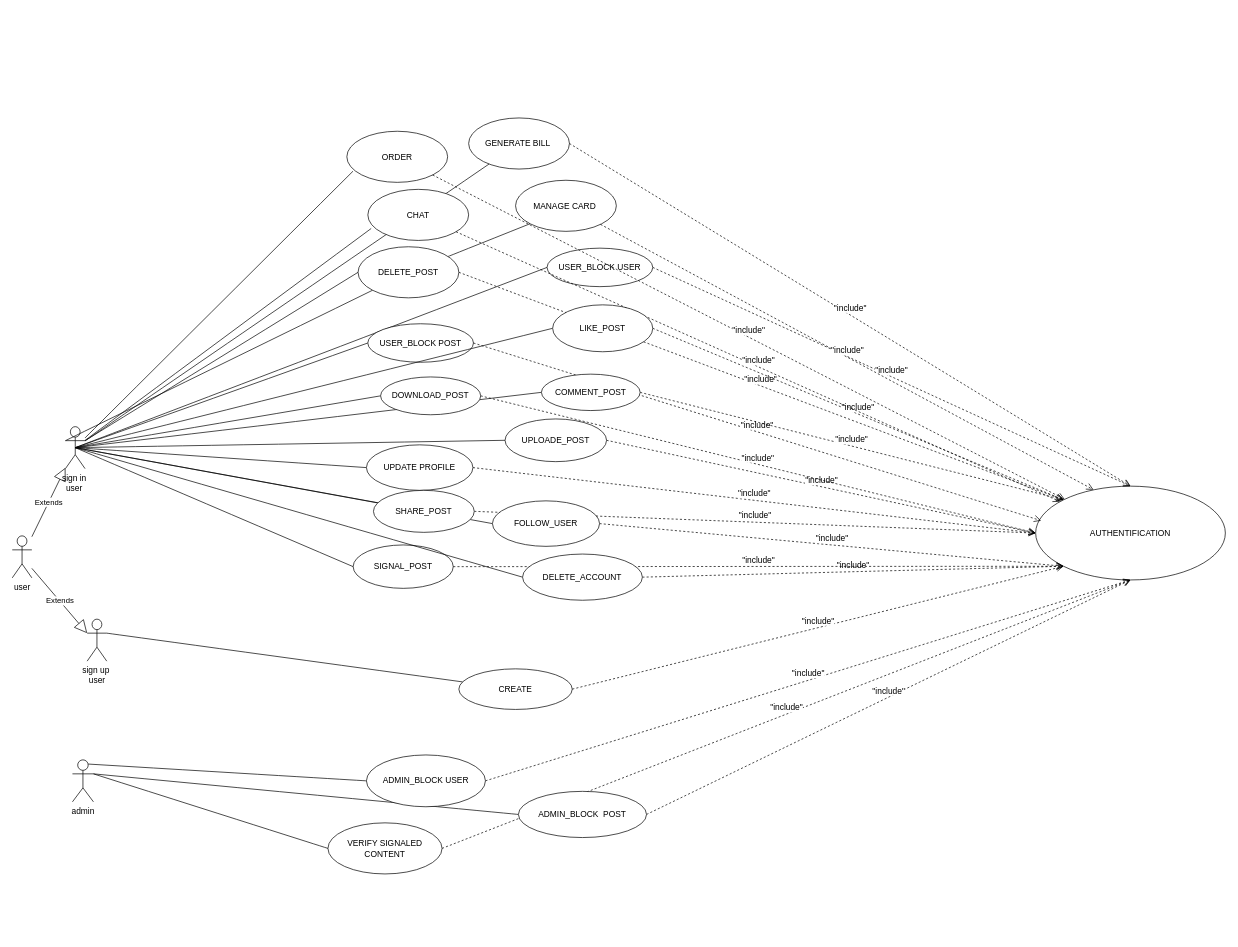
Above: page "use case" (4 of 4) of TIkShopDataBase.drawio in Bryann-coder/FlashShop (draw.io), before the change. Source tidied: cells renumbered, new cells numbered last; positions are measured from the earlier drawing's top-left corner, leaving out a move shared by most shapes. Both pictures are drawn from the tidied source at 70%, with x=0, y=0 at pixel (12, 118).
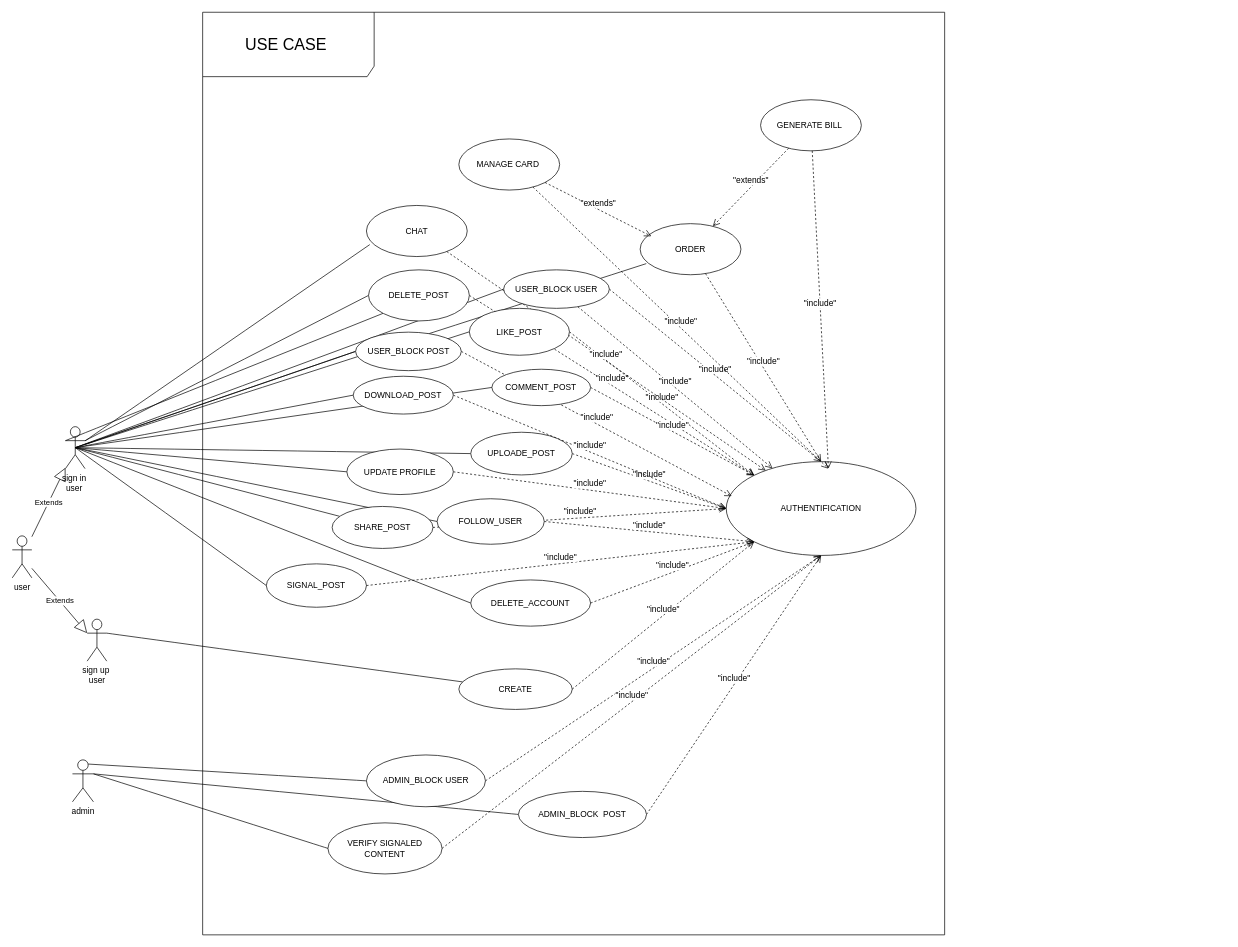
The same page after the edit.

Unchanged cells that the change refers to:
```xml
<mxCell id="16" value="sign in&amp;nbsp;&lt;div&gt;user&amp;nbsp;&lt;/div&gt;" style="shape=umlActor;verticalLabelPosition=bottom;verticalAlign=top;html=1;outlineConnect=0;" parent="1" vertex="1">
  <mxGeometry x="76" y="441" width="28" height="60" as="geometry" />
</mxCell>
```

Change to the diagram source:
```diff
@@
     <mxCell id="6" value="AUTHENTIFICATION" style="ellipse;whiteSpace=wrap;html=1;" parent="1" vertex="1">
-      <mxGeometry x="1462" y="526" width="271" height="134" as="geometry" />
+      <mxGeometry x="1020" y="491" width="271" height="134" as="geometry" />
     </mxCell>
     <mxCell id="7" value="SIGNAL_POST" style="ellipse;whiteSpace=wrap;html=1;" parent="1" vertex="1">
-      <mxGeometry x="487" y="610" width="143" height="62" as="geometry" />
+      <mxGeometry x="363" y="637" width="143" height="62" as="geometry" />
     </mxCell>
@@
-    <mxCell id="13" value="USER_BLOCK POST" style="ellipse;whiteSpace=wrap;html=1;" parent="1" vertex="1">
-      <mxGeometry x="507.9" y="294" width="151" height="55" as="geometry" />
-    </mxCell>
@@
-    <mxCell id="21" style="endArrow=none;html=1;rounded=0;fontSize=12;startSize=8;endSize=8;curved=1;entryX=0;entryY=0.5;entryDx=0;entryDy=0;exitX=0.5;exitY=0.5;exitDx=0;exitDy=0;exitPerimeter=0;" parent="1" edge="1" source="16" target="69">
+    <mxCell id="21" style="endArrow=none;html=1;rounded=0;fontSize=12;startSize=8;endSize=8;curved=1;entryX=0;entryY=0.5;entryDx=0;entryDy=0;exitX=0.5;exitY=0.5;exitDx=0;exitDy=0;exitPerimeter=0;" parent="1" edge="1" source="13" target="69">
       <mxGeometry relative="1" as="geometry" />
     </mxCell>
@@
     <mxCell id="45" value="MANAGE CARD&amp;nbsp;" style="ellipse;whiteSpace=wrap;html=1;" parent="1" vertex="1">
-      <mxGeometry x="719" y="89" width="144" height="73" as="geometry" />
+      <mxGeometry x="638" y="30" width="144" height="73" as="geometry" />
     </mxCell>
     <mxCell id="46" value="ORDER" style="ellipse;whiteSpace=wrap;html=1;" parent="1" vertex="1">
-      <mxGeometry x="478" y="19" width="144" height="73" as="geometry" />
+      <mxGeometry x="897" y="151" width="144" height="73" as="geometry" />
     </mxCell>
     <mxCell id="47" value="GENERATE BILL&amp;nbsp;" style="ellipse;whiteSpace=wrap;html=1;" parent="1" vertex="1">
-      <mxGeometry x="652" width="144" height="73" as="geometry" />
+      <mxGeometry x="1069" y="-26" width="144" height="73" as="geometry" />
     </mxCell>
@@
-    <mxCell id="49" style="endArrow=none;html=1;rounded=0;fontSize=12;startSize=8;endSize=8;curved=1;" parent="1" edge="1" source="16" target="47">
-      <mxGeometry relative="1" as="geometry" />
-    </mxCell>
@@
-    <mxCell id="51" style="endArrow=none;html=1;rounded=0;fontSize=12;startSize=8;endSize=8;curved=1;entryX=0;entryY=1;entryDx=0;entryDy=0;" parent="1" edge="1" source="53" target="45">
-      <mxGeometry relative="1" as="geometry" />
-    </mxCell>
@@
     <mxCell id="53" value="DELETE_POST" style="ellipse;whiteSpace=wrap;html=1;" parent="1" vertex="1">
-      <mxGeometry x="494" y="184" width="144" height="73" as="geometry" />
+      <mxGeometry x="509" y="217" width="144" height="73" as="geometry" />
     </mxCell>
     <mxCell id="54" value="DOWNLOAD_POST" style="ellipse;whiteSpace=wrap;html=1;" parent="1" vertex="1">
-      <mxGeometry x="526.2" y="370" width="143" height="54" as="geometry" />
+      <mxGeometry x="487.1" y="369" width="143" height="54" as="geometry" />
     </mxCell>
     <mxCell id="55" value="UPDATE PROFILE" style="ellipse;whiteSpace=wrap;html=1;" parent="1" vertex="1">
-      <mxGeometry x="506" y="467" width="152.1" height="65" as="geometry" />
+      <mxGeometry x="478" y="473" width="152.1" height="65" as="geometry" />
     </mxCell>
     <mxCell id="56" value="SHARE_POST" style="ellipse;whiteSpace=wrap;html=1;" parent="1" vertex="1">
-      <mxGeometry x="516" y="532" width="144" height="60" as="geometry" />
+      <mxGeometry x="457" y="555" width="144" height="60" as="geometry" />
     </mxCell>
     <mxCell id="57" value="DELETE_ACCOUNT" style="ellipse;whiteSpace=wrap;html=1;" parent="1" vertex="1">
-      <mxGeometry x="729" y="623" width="171.2" height="66" as="geometry" />
+      <mxGeometry x="655" y="660" width="171.2" height="66" as="geometry" />
     </mxCell>
     <mxCell id="58" value="FOLLOW_USER" style="ellipse;whiteSpace=wrap;html=1;" parent="1" vertex="1">
-      <mxGeometry x="686" y="547" width="153" height="65" as="geometry" />
+      <mxGeometry x="607" y="544" width="153" height="65" as="geometry" />
     </mxCell>
     <mxCell id="59" value="UPLOADE_POST" style="ellipse;whiteSpace=wrap;html=1;" parent="1" vertex="1">
-      <mxGeometry x="704" y="430" width="145" height="61" as="geometry" />
+      <mxGeometry x="655" y="449" width="145" height="61" as="geometry" />
     </mxCell>
     <mxCell id="60" value="COMMENT_POST" style="ellipse;whiteSpace=wrap;html=1;" parent="1" vertex="1">
-      <mxGeometry x="756" y="366" width="141" height="52" as="geometry" />
+      <mxGeometry x="685.2" y="359" width="141" height="52" as="geometry" />
     </mxCell>
@@
-    <mxCell id="63" value="&quot;include&quot;" style="html=1;verticalAlign=bottom;endArrow=open;dashed=1;endSize=8;curved=0;rounded=0;fontSize=12;entryX=0.305;entryY=0.038;entryDx=0;entryDy=0;entryPerimeter=0;" parent="1" edge="1" source="45" target="6">
-      <mxGeometry relative="1" as="geometry" />
-    </mxCell>
-    <mxCell id="64" value="USER_BLOCK USER" style="ellipse;whiteSpace=wrap;html=1;" parent="1" vertex="1">
-      <mxGeometry x="764" y="186" width="151" height="55" as="geometry" />
-    </mxCell>
-    <mxCell id="65" value="&quot;include&quot;" style="html=1;verticalAlign=bottom;endArrow=open;dashed=1;endSize=8;curved=0;rounded=0;fontSize=12;exitX=1;exitY=0.5;exitDx=0;exitDy=0;entryX=0.5;entryY=0;entryDx=0;entryDy=0;" parent="1" edge="1" source="47" target="6">
+    <mxCell id="65" value="&quot;include&quot;" style="html=1;verticalAlign=bottom;endArrow=open;dashed=1;endSize=8;curved=0;rounded=0;fontSize=12;entryX=0.5;entryY=0;entryDx=0;entryDy=0;" parent="1" edge="1" source="46" target="6">
       <mxGeometry relative="1" as="geometry" />
     </mxCell>
-    <mxCell id="66" value="&quot;include&quot;" style="html=1;verticalAlign=bottom;endArrow=open;dashed=1;endSize=8;curved=0;rounded=0;fontSize=12;" parent="1" edge="1" source="46" target="6">
+    <mxCell id="66" value="&quot;include&quot;" style="html=1;verticalAlign=bottom;endArrow=open;dashed=1;endSize=8;curved=0;rounded=0;fontSize=12;" parent="1" edge="1" source="67" target="6">
       <mxGeometry relative="1" as="geometry" />
     </mxCell>
-    <mxCell id="67" value="CHAT" style="ellipse;whiteSpace=wrap;html=1;" parent="1" vertex="1">
-      <mxGeometry x="508" y="102" width="144" height="73" as="geometry" />
-    </mxCell>
-    <mxCell id="68" value="&quot;include&quot;" style="html=1;verticalAlign=bottom;endArrow=open;dashed=1;endSize=8;curved=0;rounded=0;fontSize=12;" parent="1" edge="1" source="67" target="6">
+    <mxCell id="68" value="&quot;include&quot;" style="html=1;verticalAlign=bottom;endArrow=open;dashed=1;endSize=8;curved=0;rounded=0;fontSize=12;" parent="1" edge="1" source="64" target="6">
       <mxGeometry relative="1" as="geometry" />
     </mxCell>
     <mxCell id="69" value="LIKE_POST" style="ellipse;whiteSpace=wrap;html=1;" parent="1" vertex="1">
-      <mxGeometry x="772" y="267" width="143" height="67" as="geometry" />
+      <mxGeometry x="653" y="272" width="143" height="67" as="geometry" />
     </mxCell>
+    <mxCell id="70" value="&lt;font style=&quot;font-size: 23px;&quot;&gt;USE CASE&amp;nbsp;&lt;/font&gt;" style="shape=umlFrame;whiteSpace=wrap;html=1;width=245;height=92;" parent="1" vertex="1">
+      <mxGeometry x="272" y="-151" width="1060" height="1318" as="geometry" />
+    </mxCell>
+    <mxCell id="71" style="endArrow=none;html=1;rounded=0;fontSize=12;startSize=8;endSize=8;curved=1;entryX=0;entryY=0.5;entryDx=0;entryDy=0;exitX=0.5;exitY=0.5;exitDx=0;exitDy=0;exitPerimeter=0;" parent="1" edge="1" source="16" target="13">
+      <mxGeometry relative="1" as="geometry" />
+    </mxCell>
+    <mxCell id="13" value="USER_BLOCK POST" style="ellipse;whiteSpace=wrap;html=1;" parent="1" vertex="1">
+      <mxGeometry x="490.5" y="306" width="151" height="55" as="geometry" />
+    </mxCell>
+    <mxCell id="64" value="USER_BLOCK USER" style="ellipse;whiteSpace=wrap;html=1;" parent="1" vertex="1">
+      <mxGeometry x="702" y="217" width="151" height="55" as="geometry" />
+    </mxCell>
+    <mxCell id="67" value="CHAT" style="ellipse;whiteSpace=wrap;html=1;" parent="1" vertex="1">
+      <mxGeometry x="506" y="125" width="144" height="73" as="geometry" />
+    </mxCell>
+    <mxCell id="72" value="&quot;extends&quot;" style="html=1;verticalAlign=bottom;endArrow=open;dashed=1;endSize=8;curved=0;rounded=0;fontSize=12;" parent="1" edge="1" source="45">
+      <mxGeometry relative="1" as="geometry">
+        <mxPoint x="913" y="169" as="targetPoint" />
+      </mxGeometry>
+    </mxCell>
+    <mxCell id="73" value="&quot;extends&quot;" style="html=1;verticalAlign=bottom;endArrow=open;dashed=1;endSize=8;curved=0;rounded=0;fontSize=12;" parent="1" edge="1" source="47" target="46">
+      <mxGeometry relative="1" as="geometry" />
+    </mxCell>
+    <mxCell id="74" value="&quot;include&quot;" style="html=1;verticalAlign=bottom;endArrow=open;dashed=1;endSize=8;curved=0;rounded=0;fontSize=12;entryX=0.5;entryY=0;entryDx=0;entryDy=0;" parent="1" edge="1" source="45">
+      <mxGeometry relative="1" as="geometry">
+        <mxPoint x="1166" y="501" as="targetPoint" />
+      </mxGeometry>
+    </mxCell>
+    <mxCell id="75" value="&quot;include&quot;" style="html=1;verticalAlign=bottom;endArrow=open;dashed=1;endSize=8;curved=0;rounded=0;fontSize=12;entryX=0.5;entryY=0;entryDx=0;entryDy=0;" parent="1" edge="1" source="47">
+      <mxGeometry relative="1" as="geometry">
+        <mxPoint x="1166" y="501" as="targetPoint" />
+      </mxGeometry>
+    </mxCell>
```
